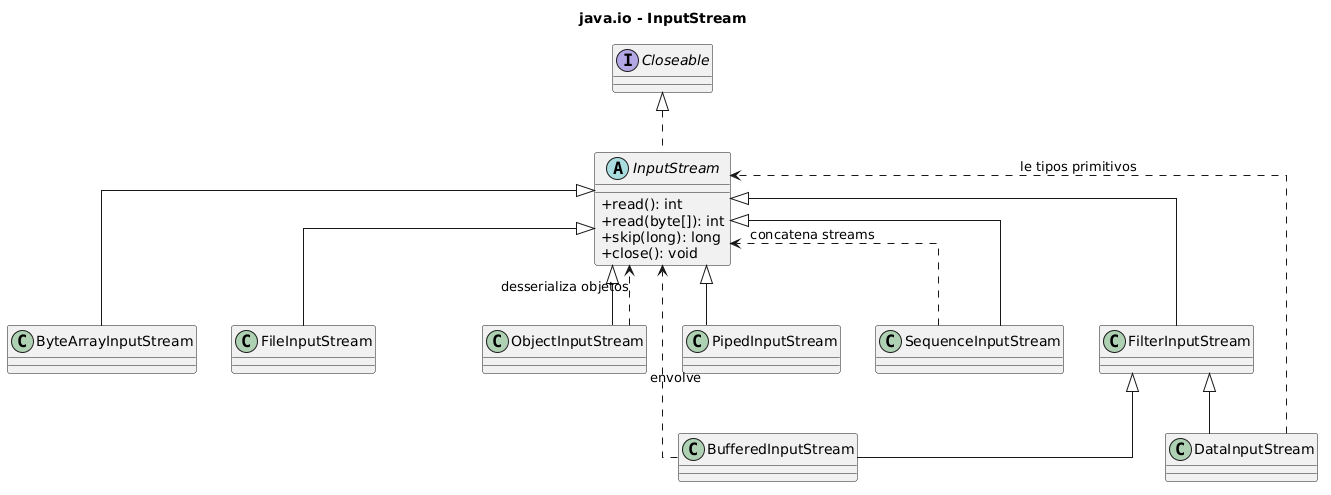
Earlier version of the PlantUML export subjects/poo/images/12-file-classes-java.io-InputStream.png (fabriciosantana/idp-marp-slides). The source it was exported from:
```plantuml
@startuml
title java.io - InputStream

skinparam classAttributeIconSize 0
skinparam linetype ortho

interface Closeable

abstract class InputStream {
  +read(): int
  +read(byte[]): int
  +skip(long): long
  +close(): void
}

class ByteArrayInputStream
class FileInputStream
class FilterInputStream
class BufferedInputStream
class DataInputStream
class ObjectInputStream
class PipedInputStream
class SequenceInputStream

Closeable <|.. InputStream

InputStream <|-- ByteArrayInputStream
InputStream <|-- FileInputStream
InputStream <|-- FilterInputStream
InputStream <|-- ObjectInputStream
InputStream <|-- PipedInputStream
InputStream <|-- SequenceInputStream

FilterInputStream <|-- BufferedInputStream
FilterInputStream <|-- DataInputStream

BufferedInputStream ..> InputStream : envolve
DataInputStream ..> InputStream : le tipos primitivos
ObjectInputStream ..> InputStream : desserializa objetos
SequenceInputStream ..> InputStream : concatena streams

@enduml
```
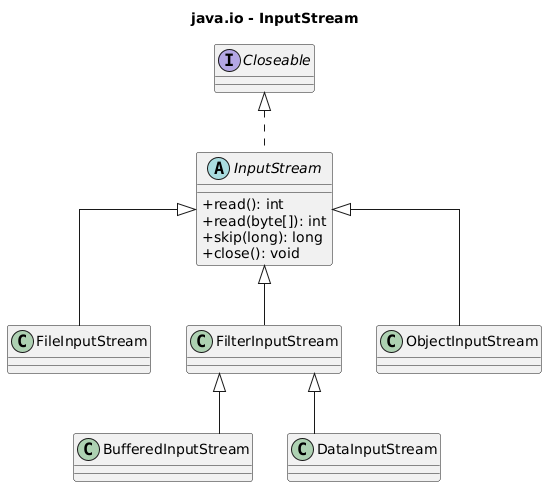
After the change.

What changed in the source:
```diff
@@ -13,30 +13,19 @@
   +close(): void
 }
 
-class ByteArrayInputStream
 class FileInputStream
 class FilterInputStream
 class BufferedInputStream
 class DataInputStream
 class ObjectInputStream
-class PipedInputStream
-class SequenceInputStream
 
 Closeable <|.. InputStream
 
-InputStream <|-- ByteArrayInputStream
 InputStream <|-- FileInputStream
 InputStream <|-- FilterInputStream
 InputStream <|-- ObjectInputStream
-InputStream <|-- PipedInputStream
-InputStream <|-- SequenceInputStream
 
 FilterInputStream <|-- BufferedInputStream
 FilterInputStream <|-- DataInputStream
 
-BufferedInputStream ..> InputStream : envolve
-DataInputStream ..> InputStream : le tipos primitivos
-ObjectInputStream ..> InputStream : desserializa objetos
-SequenceInputStream ..> InputStream : concatena streams
-
 @enduml
```
